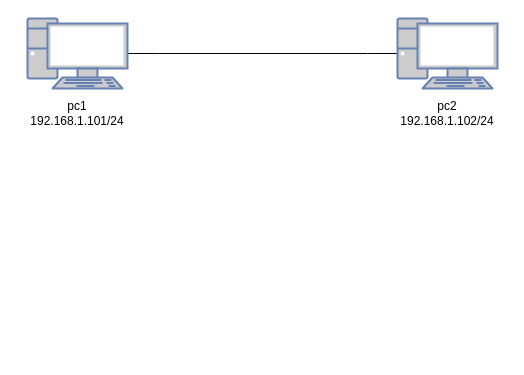
Above: page "direct" (8 of 12) of network_trainning.drawio in garryfan2013/network_trainning (draw.io), before the change. Source tidied: cells renumbered, new cells numbered last; positions are measured from the earlier drawing's top-left corner, leaving out a move shared by most shapes. Both pictures are drawn from the tidied source at 100%, with x=0, y=0 at pixel (17, 18).
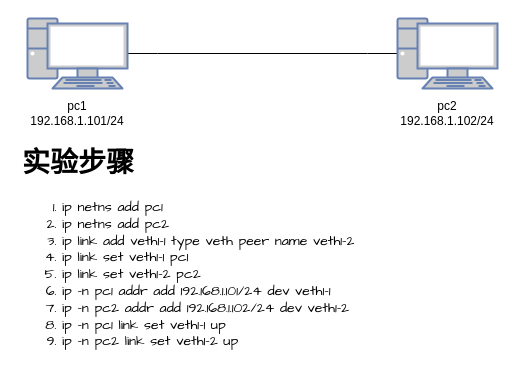
Above is the later version.

The edit, as a diff of the source:
```diff
@@
 <mxGraphModel>
   <root>
     <mxCell id="0" />
     <mxCell id="1" parent="0" />
     <mxCell id="2" style="edgeStyle=entityRelationEdgeStyle;rounded=0;jettySize=auto;html=1;endArrow=none;endFill=0;" parent="1" edge="1" source="3" target="4">
       <mxGeometry relative="1" as="geometry" />
     </mxCell>
     <mxCell id="3" style="fontColor=#0066CC;verticalAlign=top;verticalLabelPosition=bottom;labelPosition=center;align=center;html=1;outlineConnect=0;fillColor=#CCCCCC;strokeColor=#6881B3;gradientColor=none;gradientDirection=north;strokeWidth=2;shape=mxgraph.networks.pc;" parent="1" vertex="1">
       <mxGeometry x="10" width="100" height="70" as="geometry" />
     </mxCell>
     <mxCell id="4" style="fontColor=#0066CC;verticalAlign=top;verticalLabelPosition=bottom;labelPosition=center;align=center;html=1;outlineConnect=0;fillColor=#CCCCCC;strokeColor=#6881B3;gradientColor=none;gradientDirection=north;strokeWidth=2;shape=mxgraph.networks.pc;" parent="1" vertex="1">
       <mxGeometry x="380" width="100" height="70" as="geometry" />
     </mxCell>
     <mxCell id="5" value="pc1&lt;br&gt;192.168.1.101/24" style="text;html=1;strokeColor=none;fillColor=none;align=center;verticalAlign=middle;whiteSpace=wrap;rounded=0;dashed=1;" parent="1" vertex="1">
       <mxGeometry y="80" width="120" height="30" as="geometry" />
     </mxCell>
     <mxCell id="6" value="pc2&lt;br&gt;192.168.1.102/24" style="text;html=1;strokeColor=none;fillColor=none;align=center;verticalAlign=middle;whiteSpace=wrap;rounded=0;dashed=1;" parent="1" vertex="1">
       <mxGeometry x="370" y="80" width="120" height="30" as="geometry" />
     </mxCell>
+    <mxCell id="7" value="&lt;h1&gt;实验步骤&lt;/h1&gt;&lt;p&gt;&lt;/p&gt;&lt;ol&gt;&lt;li&gt;ip netns add pc1&lt;/li&gt;&lt;li&gt;ip netns add pc2&lt;/li&gt;&lt;li&gt;ip link add veth1-1 type veth peer name veth1-2&lt;/li&gt;&lt;li&gt;ip link set veth1-1 pc1&lt;/li&gt;&lt;li&gt;ip link set veth1-2 pc2&lt;/li&gt;&lt;li&gt;ip -n pc1 addr add 192.168.1.101/24 dev veth1-1&lt;/li&gt;&lt;li&gt;ip -n pc2 addr add 192.168.1.102/24 dev veth1-2&lt;/li&gt;&lt;li&gt;ip -n pc1 link set veth1-1 up&lt;/li&gt;&lt;li&gt;ip -n pc2 link set veth1-2 up&amp;nbsp;&lt;/li&gt;&lt;/ol&gt;&lt;p&gt;&lt;/p&gt;" style="text;html=1;strokeColor=none;fillColor=none;spacing=5;spacingTop=-20;whiteSpace=wrap;overflow=hidden;rounded=0;fontFamily=Comic Sans MS;fontSize=14;" parent="1" vertex="1">
+      <mxGeometry y="120" width="470" height="220" as="geometry" />
+    </mxCell>
   </root>
 </mxGraphModel>
```
